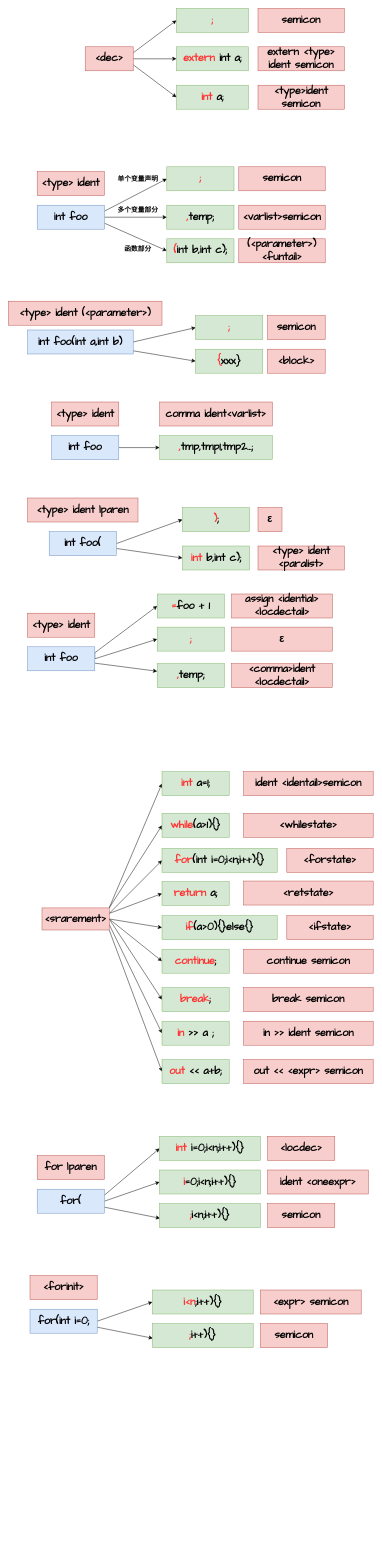
Before: document/src/递归下降.drawio in djh-sudo/tiny-C-Compiler, a draw.io diagram. Source tidied: cells renumbered, new cells numbered last; positions are measured from the earlier drawing's top-left corner, leaving out a move shared by most shapes. Both pictures are drawn from the tidied source at 48%, with x=0, y=0 at pixel (8, 8).
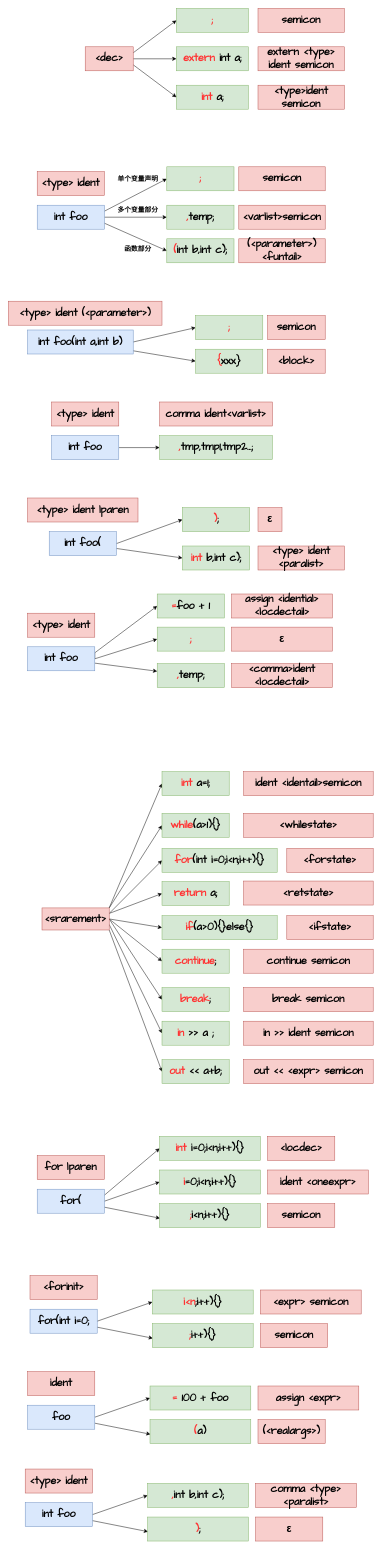
After the change.

Diff of the diagram source:
```diff
@@
+    <mxCell id="105" style="edgeStyle=none;rounded=0;jettySize=auto;html=1;entryX=0;entryY=0.5;entryDx=0;entryDy=0;exitX=1;exitY=0.5;exitDx=0;exitDy=0;" parent="1" edge="1" source="107" target="109">
+      <mxGeometry relative="1" as="geometry" />
+    </mxCell>
+    <mxCell id="106" style="edgeStyle=none;rounded=0;jettySize=auto;html=1;exitX=1;exitY=0.75;exitDx=0;exitDy=0;entryX=0.004;entryY=0.61;entryDx=0;entryDy=0;entryPerimeter=0;" parent="1" edge="1" source="107" target="110">
+      <mxGeometry relative="1" as="geometry" />
+    </mxCell>
+    <mxCell id="107" value="&lt;b&gt;&lt;font face=&quot;Comic Sans MS&quot; style=&quot;font-size: 22px&quot;&gt;foo&lt;/font&gt;&lt;/b&gt;" style="rounded=0;whiteSpace=wrap;html=1;fillColor=#dae8fc;strokeColor=#6c8ebf;" parent="1" vertex="1">
+      <mxGeometry x="40" y="2910" width="140" height="50" as="geometry" />
+    </mxCell>
+    <mxCell id="108" value="&lt;font face=&quot;Comic Sans MS&quot;&gt;&lt;span style=&quot;font-size: 22px&quot;&gt;&lt;b&gt;ident&lt;/b&gt;&lt;/span&gt;&lt;/font&gt;" style="rounded=0;whiteSpace=wrap;html=1;fillColor=#f8cecc;strokeColor=#b85450;" parent="1" vertex="1">
+      <mxGeometry x="40" y="2840" width="140" height="50" as="geometry" />
+    </mxCell>
+    <mxCell id="109" value="&lt;font face=&quot;Comic Sans MS&quot;&gt;&lt;span style=&quot;font-size: 22px&quot;&gt;&lt;b&gt;&lt;font color=&quot;#ff3333&quot;&gt;=&amp;nbsp;&lt;/font&gt;100 + foo&lt;/b&gt;&lt;/span&gt;&lt;/font&gt;" style="rounded=0;whiteSpace=wrap;html=1;fillColor=#d5e8d4;strokeColor=#82b366;" parent="1" vertex="1">
+      <mxGeometry x="295" y="2870" width="210" height="50" as="geometry" />
+    </mxCell>
+    <mxCell id="110" value="&lt;font face=&quot;Comic Sans MS&quot;&gt;&lt;span style=&quot;font-size: 22px&quot;&gt;&lt;b&gt;&lt;font color=&quot;#ff3333&quot;&gt;(&lt;/font&gt;a)&lt;/b&gt;&lt;/span&gt;&lt;/font&gt;" style="rounded=0;whiteSpace=wrap;html=1;fillColor=#d5e8d4;strokeColor=#82b366;" parent="1" vertex="1">
+      <mxGeometry x="295" y="2940" width="210" height="50" as="geometry" />
+    </mxCell>
+    <mxCell id="111" value="&lt;font face=&quot;Comic Sans MS&quot;&gt;&lt;span style=&quot;font-size: 22px&quot;&gt;&lt;b&gt;assign &amp;lt;expr&amp;gt;&lt;/b&gt;&lt;/span&gt;&lt;/font&gt;" style="rounded=0;whiteSpace=wrap;html=1;fillColor=#f8cecc;strokeColor=#b85450;" parent="1" vertex="1">
+      <mxGeometry x="520" y="2870" width="210" height="50" as="geometry" />
+    </mxCell>
+    <mxCell id="112" value="&lt;font face=&quot;Comic Sans MS&quot;&gt;&lt;span style=&quot;font-size: 22px&quot;&gt;&lt;b&gt;(&amp;lt;realargs&amp;gt;)&lt;/b&gt;&lt;/span&gt;&lt;/font&gt;" style="rounded=0;whiteSpace=wrap;html=1;fillColor=#f8cecc;strokeColor=#b85450;" parent="1" vertex="1">
+      <mxGeometry x="520" y="2940" width="140" height="50" as="geometry" />
+    </mxCell>
+    <mxCell id="113" style="edgeStyle=none;rounded=0;jettySize=auto;html=1;entryX=0;entryY=0.5;entryDx=0;entryDy=0;exitX=1;exitY=0.5;exitDx=0;exitDy=0;" parent="1" edge="1" source="115" target="117">
+      <mxGeometry relative="1" as="geometry" />
+    </mxCell>
+    <mxCell id="114" style="edgeStyle=none;rounded=0;jettySize=auto;html=1;exitX=1;exitY=0.75;exitDx=0;exitDy=0;entryX=0.004;entryY=0.61;entryDx=0;entryDy=0;entryPerimeter=0;" parent="1" edge="1" source="115" target="118">
+      <mxGeometry relative="1" as="geometry" />
+    </mxCell>
+    <mxCell id="115" value="&lt;b&gt;&lt;font face=&quot;Comic Sans MS&quot; style=&quot;font-size: 22px&quot;&gt;int foo&lt;/font&gt;&lt;/b&gt;" style="rounded=0;whiteSpace=wrap;html=1;fillColor=#dae8fc;strokeColor=#6c8ebf;" parent="1" vertex="1">
+      <mxGeometry x="35" y="3113" width="140" height="50" as="geometry" />
+    </mxCell>
+    <mxCell id="116" value="&lt;font face=&quot;Comic Sans MS&quot;&gt;&lt;span style=&quot;font-size: 22px&quot;&gt;&lt;b&gt;&amp;lt;type&amp;gt; ident&lt;/b&gt;&lt;/span&gt;&lt;/font&gt;" style="rounded=0;whiteSpace=wrap;html=1;fillColor=#f8cecc;strokeColor=#b85450;" parent="1" vertex="1">
+      <mxGeometry x="35" y="3043" width="140" height="50" as="geometry" />
+    </mxCell>
+    <mxCell id="117" value="&lt;font face=&quot;Comic Sans MS&quot;&gt;&lt;span style=&quot;font-size: 22px&quot;&gt;&lt;b&gt;&lt;font color=&quot;#ff3333&quot;&gt;,&lt;/font&gt;int b,int c);&lt;/b&gt;&lt;/span&gt;&lt;/font&gt;" style="rounded=0;whiteSpace=wrap;html=1;fillColor=#d5e8d4;strokeColor=#82b366;" parent="1" vertex="1">
+      <mxGeometry x="290" y="3073" width="210" height="50" as="geometry" />
+    </mxCell>
+    <mxCell id="118" value="&lt;font face=&quot;Comic Sans MS&quot;&gt;&lt;span style=&quot;font-size: 22px&quot;&gt;&lt;b&gt;&lt;font color=&quot;#ff3333&quot;&gt;)&lt;/font&gt;;&lt;/b&gt;&lt;/span&gt;&lt;/font&gt;" style="rounded=0;whiteSpace=wrap;html=1;fillColor=#d5e8d4;strokeColor=#82b366;" parent="1" vertex="1">
+      <mxGeometry x="290" y="3143" width="210" height="50" as="geometry" />
+    </mxCell>
+    <mxCell id="119" value="&lt;font face=&quot;Comic Sans MS&quot;&gt;&lt;span style=&quot;font-size: 22px&quot;&gt;&lt;b&gt;comma &amp;lt;type&amp;gt; &amp;lt;paralist&amp;gt;&lt;/b&gt;&lt;/span&gt;&lt;/font&gt;" style="rounded=0;whiteSpace=wrap;html=1;fillColor=#f8cecc;strokeColor=#b85450;" parent="1" vertex="1">
+      <mxGeometry x="515" y="3073" width="210" height="50" as="geometry" />
+    </mxCell>
+    <mxCell id="120" value="&lt;font face=&quot;Comic Sans MS&quot;&gt;&lt;span style=&quot;font-size: 22px&quot;&gt;&lt;b&gt;ε&lt;/b&gt;&lt;/span&gt;&lt;/font&gt;" style="rounded=0;whiteSpace=wrap;html=1;fillColor=#f8cecc;strokeColor=#b85450;" parent="1" vertex="1">
+      <mxGeometry x="515" y="3143" width="140" height="50" as="geometry" />
+    </mxCell>
```
